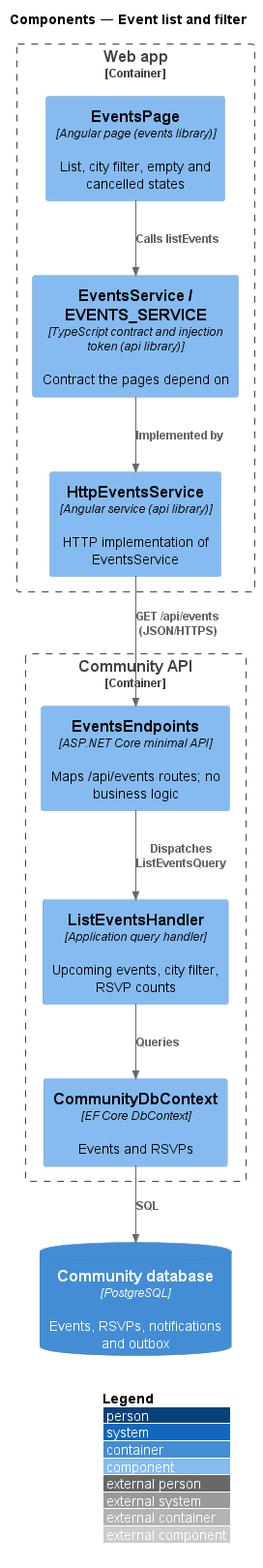
QuinntyneBrown/faithtech-community keeps this PlantUML diagram as docs/detailed-designs/events/event-list-and-filter/diagrams/c4-component.png. Above is the earlier version.
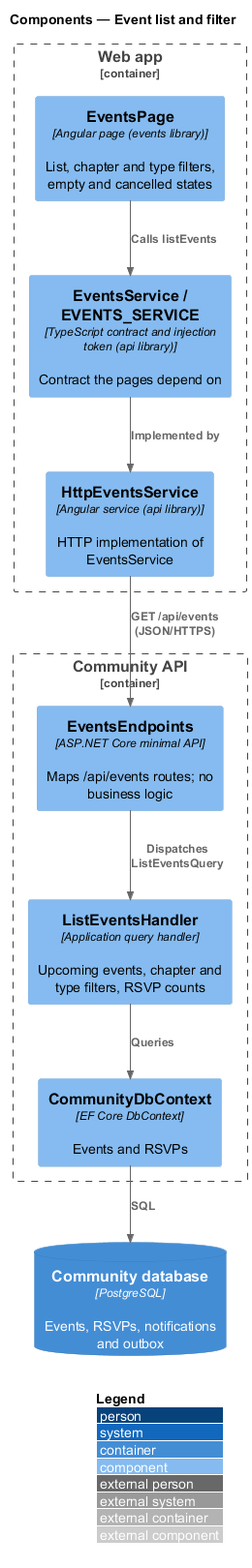
The same diagram one commit later.

What changed in the source:
```diff
@@ -4,13 +4,13 @@
 title Components — Event list and filter
 
 Container_Boundary(spa, "Web app") {
-  Component(page, "EventsPage", "Angular page (events library)", "List, city filter, empty and cancelled states")
+  Component(page, "EventsPage", "Angular page (events library)", "List, chapter and type filters, empty and cancelled states")
   Component(svc, "EventsService / EVENTS_SERVICE", "TypeScript contract and injection token (api library)", "Contract the pages depend on")
   Component(http, "HttpEventsService", "Angular service (api library)", "HTTP implementation of EventsService")
 }
 Container_Boundary(api, "Community API") {
   Component(ep, "EventsEndpoints", "ASP.NET Core minimal API", "Maps /api/events routes; no business logic")
-  Component(h, "ListEventsHandler", "Application query handler", "Upcoming events, city filter, RSVP counts")
+  Component(h, "ListEventsHandler", "Application query handler", "Upcoming events, chapter and type filters, RSVP counts")
   Component(ctx, "CommunityDbContext", "EF Core DbContext", "Events and RSVPs")
 }
 ContainerDb(db, "Community database", "PostgreSQL", "Events, RSVPs, notifications and outbox")
```
